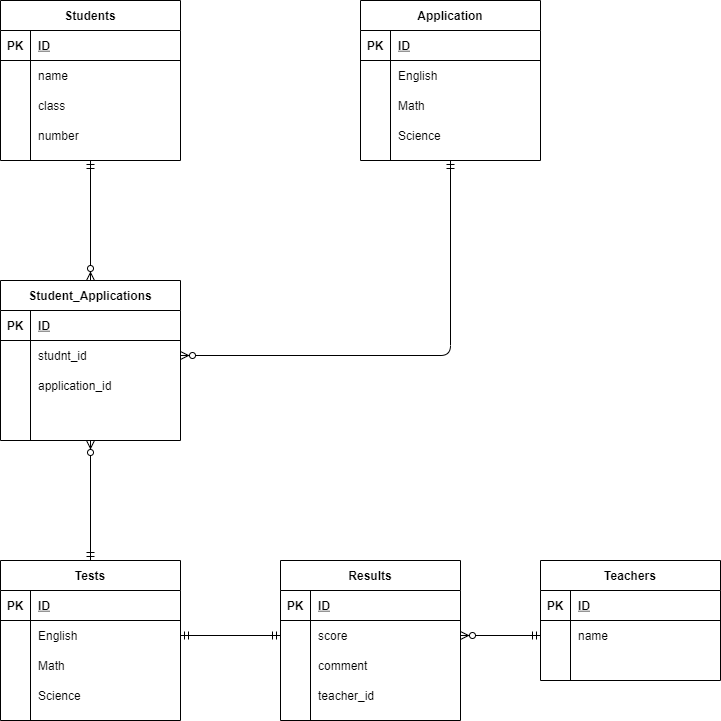
Before: index.drawio.png, a diagram exported from draw.io (A-Yusuke/20211205_ando). Source tidied: cells renumbered, new cells last; positions are measured from the earlier drawing's top-left corner, leaving out a move shared by most shapes.
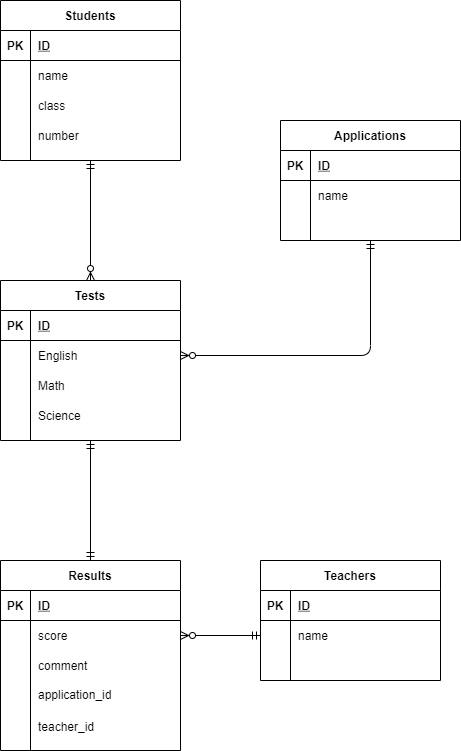
The same file after the commit.

Diff of the diagram source:
```diff
@@ -2,9 +2,6 @@
   <root>
     <mxCell id="0" />
     <mxCell id="1" parent="0" />
-    <mxCell id="2" style="edgeStyle=orthogonalEdgeStyle;html=1;exitX=0.5;exitY=1;exitDx=0;exitDy=0;entryX=0.5;entryY=0;entryDx=0;entryDy=0;startArrow=ERzeroToMany;startFill=1;endArrow=ERmandOne;endFill=0;" parent="1" edge="1" source="61" target="31">
-      <mxGeometry relative="1" as="geometry" />
-    </mxCell>
     <mxCell id="3" value="Students" style="shape=table;startSize=30;rowLines=0;fontStyle=1;align=center;" parent="1" vertex="1">
       <mxGeometry width="180" height="160" as="geometry" />
     </mxCell>
@@ -44,11 +41,11 @@
     <mxCell id="15" value="number" style="shape=partialRectangle;fillColor=none;top=0;left=0;bottom=0;right=0;align=left;spacingLeft=6;overflow=hidden;" parent="13" vertex="1">
       <mxGeometry x="30" width="150" height="30" as="geometry" />
     </mxCell>
-    <mxCell id="16" style="html=1;exitX=0.5;exitY=1;exitDx=0;exitDy=0;entryX=1;entryY=0.5;entryDx=0;entryDy=0;edgeStyle=orthogonalEdgeStyle;startArrow=ERmandOne;startFill=0;endArrow=ERzeroToMany;endFill=1;" parent="1" edge="1" source="17" target="65">
+    <mxCell id="16" style="html=1;exitX=0.5;exitY=1;exitDx=0;exitDy=0;entryX=1;entryY=0.5;entryDx=0;entryDy=0;edgeStyle=orthogonalEdgeStyle;startArrow=ERmandOne;startFill=0;endArrow=ERzeroToMany;endFill=1;" parent="1" edge="1" source="17" target="35">
       <mxGeometry relative="1" as="geometry" />
     </mxCell>
-    <mxCell id="17" value="Application" style="shape=table;startSize=30;rowLines=0;fontStyle=1;align=center;" parent="1" vertex="1">
-      <mxGeometry x="360" width="180" height="160" as="geometry" />
+    <mxCell id="17" value="Applications" style="shape=table;startSize=30;rowLines=0;fontStyle=1;align=center;" parent="1" vertex="1">
+      <mxGeometry x="280" y="120" width="180" height="120" as="geometry" />
     </mxCell>
     <mxCell id="18" style="shape=partialRectangle;fillColor=none;top=0;left=0;bottom=1;right=0;" parent="17" vertex="1">
       <mxGeometry y="30" width="180" height="30" as="geometry" />
@@ -65,32 +62,14 @@
     <mxCell id="22" style="shape=partialRectangle;fillColor=none;top=0;left=0;bottom=0;right=0;overflow=hidden;" parent="21" vertex="1">
       <mxGeometry width="30" height="30" as="geometry" />
     </mxCell>
-    <mxCell id="23" value="English" style="shape=partialRectangle;fillColor=none;top=0;left=0;bottom=0;right=0;align=left;spacingLeft=6;overflow=hidden;" parent="21" vertex="1">
+    <mxCell id="23" value="name" style="shape=partialRectangle;fillColor=none;top=0;left=0;bottom=0;right=0;align=left;spacingLeft=6;overflow=hidden;" parent="21" vertex="1">
       <mxGeometry x="30" width="150" height="30" as="geometry" />
     </mxCell>
-    <mxCell id="24" style="shape=partialRectangle;fillColor=none;top=0;left=0;bottom=0;right=0;" parent="17" vertex="1">
-      <mxGeometry y="90" width="180" height="30" as="geometry" />
-    </mxCell>
-    <mxCell id="25" style="shape=partialRectangle;fillColor=none;top=0;left=0;bottom=0;right=0;overflow=hidden;" parent="24" vertex="1">
-      <mxGeometry width="30" height="30" as="geometry" />
-    </mxCell>
-    <mxCell id="26" value="Math" style="shape=partialRectangle;fillColor=none;top=0;left=0;bottom=0;right=0;align=left;spacingLeft=6;overflow=hidden;" parent="24" vertex="1">
-      <mxGeometry x="30" width="150" height="30" as="geometry" />
-    </mxCell>
-    <mxCell id="27" style="shape=partialRectangle;fillColor=none;top=0;left=0;bottom=0;right=0;" parent="17" vertex="1">
-      <mxGeometry y="120" width="180" height="30" as="geometry" />
-    </mxCell>
-    <mxCell id="28" style="shape=partialRectangle;fillColor=none;top=0;left=0;bottom=0;right=0;overflow=hidden;" parent="27" vertex="1">
-      <mxGeometry width="30" height="30" as="geometry" />
-    </mxCell>
-    <mxCell id="29" value="Science" style="shape=partialRectangle;fillColor=none;top=0;left=0;bottom=0;right=0;align=left;spacingLeft=6;overflow=hidden;" parent="27" vertex="1">
-      <mxGeometry x="30" width="150" height="30" as="geometry" />
-    </mxCell>
-    <mxCell id="30" style="edgeStyle=orthogonalEdgeStyle;html=1;exitX=1;exitY=0.5;exitDx=0;exitDy=0;entryX=0;entryY=0.5;entryDx=0;entryDy=0;startArrow=ERmandOne;startFill=0;endArrow=ERmandOne;endFill=0;" parent="1" edge="1" source="35" target="55">
+    <mxCell id="30" style="edgeStyle=orthogonalEdgeStyle;html=1;exitX=0.5;exitY=1;exitDx=0;exitDy=0;entryX=0.5;entryY=0;entryDx=0;entryDy=0;startArrow=ERmandOne;startFill=0;endArrow=ERmandOne;endFill=0;" parent="1" edge="1" source="31" target="51">
       <mxGeometry relative="1" as="geometry" />
     </mxCell>
     <mxCell id="31" value="Tests" style="shape=table;startSize=30;rowLines=0;fontStyle=1;align=center;" parent="1" vertex="1">
-      <mxGeometry y="560" width="180" height="160" as="geometry" />
+      <mxGeometry y="280" width="180" height="160" as="geometry" />
     </mxCell>
     <mxCell id="32" style="shape=partialRectangle;fillColor=none;top=0;left=0;bottom=1;right=0;" parent="31" vertex="1">
       <mxGeometry y="30" width="180" height="30" as="geometry" />
@@ -129,7 +108,7 @@
       <mxGeometry x="30" width="150" height="30" as="geometry" />
     </mxCell>
     <mxCell id="44" value="Teachers" style="shape=table;startSize=30;rowLines=0;fontStyle=1;align=center;" parent="1" vertex="1">
-      <mxGeometry x="540" y="560" width="180" height="120" as="geometry" />
+      <mxGeometry x="260" y="560" width="180" height="120" as="geometry" />
     </mxCell>
     <mxCell id="45" style="shape=partialRectangle;fillColor=none;top=0;left=0;bottom=1;right=0;" parent="44" vertex="1">
       <mxGeometry y="30" width="180" height="30" as="geometry" />
@@ -149,8 +128,17 @@
     <mxCell id="50" value="name" style="shape=partialRectangle;fillColor=none;top=0;left=0;bottom=0;right=0;align=left;spacingLeft=6;overflow=hidden;" parent="48" vertex="1">
       <mxGeometry x="30" width="150" height="30" as="geometry" />
     </mxCell>
+    <mxCell id="71" style="edgeStyle=orthogonalEdgeStyle;html=1;startArrow=ERmandOne;startFill=0;endArrow=ERzeroToMany;endFill=1;entryX=0.5;entryY=0;entryDx=0;entryDy=0;exitX=0.5;exitY=1;exitDx=0;exitDy=0;" parent="1" edge="1" source="3" target="31">
+      <mxGeometry relative="1" as="geometry" />
+    </mxCell>
+    <mxCell id="72" style="edgeStyle=orthogonalEdgeStyle;html=1;exitX=0;exitY=0.5;exitDx=0;exitDy=0;entryX=1;entryY=0.5;entryDx=0;entryDy=0;startArrow=ERmandOne;startFill=0;endArrow=ERzeroToMany;endFill=1;" parent="1" edge="1" source="48" target="55">
+      <mxGeometry relative="1" as="geometry" />
+    </mxCell>
+    <mxCell id="74" style="group;" parent="1" vertex="1">
+      <mxGeometry y="560" width="180" height="190" as="geometry" />
+    </mxCell>
-    <mxCell id="51" value="Results" style="shape=table;startSize=30;rowLines=0;fontStyle=1;align=center;" parent="1" vertex="1">
-      <mxGeometry x="280" y="560" width="180" height="160" as="geometry" />
+    <mxCell id="51" value="Results" style="shape=table;startSize=30;rowLines=0;fontStyle=1;align=center;" parent="74" vertex="1">
+      <mxGeometry width="180" height="190" as="geometry" />
     </mxCell>
     <mxCell id="52" style="shape=partialRectangle;fillColor=none;top=0;left=0;bottom=1;right=0;" parent="51" vertex="1">
       <mxGeometry y="30" width="180" height="30" as="geometry" />
@@ -179,44 +167,11 @@
     <mxCell id="60" value="comment" style="shape=partialRectangle;fillColor=none;top=0;left=0;bottom=0;right=0;align=left;spacingLeft=6;overflow=hidden;" parent="58" vertex="1">
       <mxGeometry x="30" width="150" height="30" as="geometry" />
     </mxCell>
-    <mxCell id="61" value="Student_Applications" style="shape=table;startSize=30;rowLines=0;fontStyle=1;align=center;" parent="1" vertex="1">
-      <mxGeometry y="280" width="180" height="160" as="geometry" />
-    </mxCell>
-    <mxCell id="62" style="shape=partialRectangle;fillColor=none;top=0;left=0;bottom=1;right=0;" parent="61" vertex="1">
-      <mxGeometry y="30" width="180" height="30" as="geometry" />
-    </mxCell>
-    <mxCell id="63" value="PK" style="shape=partialRectangle;fillColor=none;top=0;left=0;bottom=0;right=0;fontStyle=1;overflow=hidden;" parent="62" vertex="1">
-      <mxGeometry width="30" height="30" as="geometry" />
-    </mxCell>
-    <mxCell id="64" value="ID" style="shape=partialRectangle;fillColor=none;top=0;left=0;bottom=0;right=0;align=left;spacingLeft=6;fontStyle=5;overflow=hidden;" parent="62" vertex="1">
-      <mxGeometry x="30" width="150" height="30" as="geometry" />
-    </mxCell>
-    <mxCell id="65" style="shape=partialRectangle;fillColor=none;top=0;left=0;bottom=0;right=0;points=[[0,0.5],[1,0.5]];portConstraint=eastwest;" parent="61" vertex="1">
-      <mxGeometry y="60" width="180" height="30" as="geometry" />
-    </mxCell>
-    <mxCell id="66" style="shape=partialRectangle;fillColor=none;top=0;left=0;bottom=0;right=0;overflow=hidden;" parent="65" vertex="1">
-      <mxGeometry width="30" height="30" as="geometry" />
-    </mxCell>
-    <mxCell id="67" value="studnt_id" style="shape=partialRectangle;fillColor=none;top=0;left=0;bottom=0;right=0;align=left;spacingLeft=6;overflow=hidden;" parent="65" vertex="1">
-      <mxGeometry x="30" width="150" height="30" as="geometry" />
-    </mxCell>
-    <mxCell id="68" style="shape=partialRectangle;fillColor=none;top=0;left=0;bottom=0;right=0;" parent="61" vertex="1">
-      <mxGeometry y="90" width="180" height="30" as="geometry" />
-    </mxCell>
-    <mxCell id="69" style="shape=partialRectangle;fillColor=none;top=0;left=0;bottom=0;right=0;overflow=hidden;" parent="68" vertex="1">
-      <mxGeometry width="30" height="30" as="geometry" />
-    </mxCell>
+    <mxCell id="73" value="teacher_id" style="shape=partialRectangle;fillColor=none;top=0;left=0;bottom=0;right=0;align=left;spacingLeft=6;overflow=hidden;" parent="74" vertex="1">
+      <mxGeometry x="30" y="148.5" width="150" height="35.6" as="geometry" />
+    </mxCell>
-    <mxCell id="70" value="application_id" style="shape=partialRectangle;fillColor=none;top=0;left=0;bottom=0;right=0;align=left;spacingLeft=6;overflow=hidden;" parent="68" vertex="1">
-      <mxGeometry x="30" width="150" height="30" as="geometry" />
+    <mxCell id="70" value="application_id" style="shape=partialRectangle;fillColor=none;top=0;left=0;bottom=0;right=0;align=left;spacingLeft=6;overflow=hidden;" parent="74" vertex="1">
+      <mxGeometry x="30" y="120" width="150" height="28.5" as="geometry" />
     </mxCell>
-    <mxCell id="71" style="edgeStyle=orthogonalEdgeStyle;html=1;startArrow=ERmandOne;startFill=0;endArrow=ERzeroToMany;endFill=1;entryX=0.5;entryY=0;entryDx=0;entryDy=0;exitX=0.5;exitY=1;exitDx=0;exitDy=0;" parent="1" edge="1" source="3" target="61">
-      <mxGeometry relative="1" as="geometry" />
-    </mxCell>
-    <mxCell id="72" style="edgeStyle=orthogonalEdgeStyle;html=1;exitX=0;exitY=0.5;exitDx=0;exitDy=0;entryX=1;entryY=0.5;entryDx=0;entryDy=0;startArrow=ERmandOne;startFill=0;endArrow=ERzeroToMany;endFill=1;" parent="1" edge="1" source="48" target="55">
-      <mxGeometry relative="1" as="geometry" />
-    </mxCell>
-    <mxCell id="73" value="teacher_id" style="shape=partialRectangle;fillColor=none;top=0;left=0;bottom=0;right=0;align=left;spacingLeft=6;overflow=hidden;" parent="1" vertex="1">
-      <mxGeometry x="310" y="680" width="150" height="30" as="geometry" />
-    </mxCell>
   </root>
 </mxGraphModel>
```
